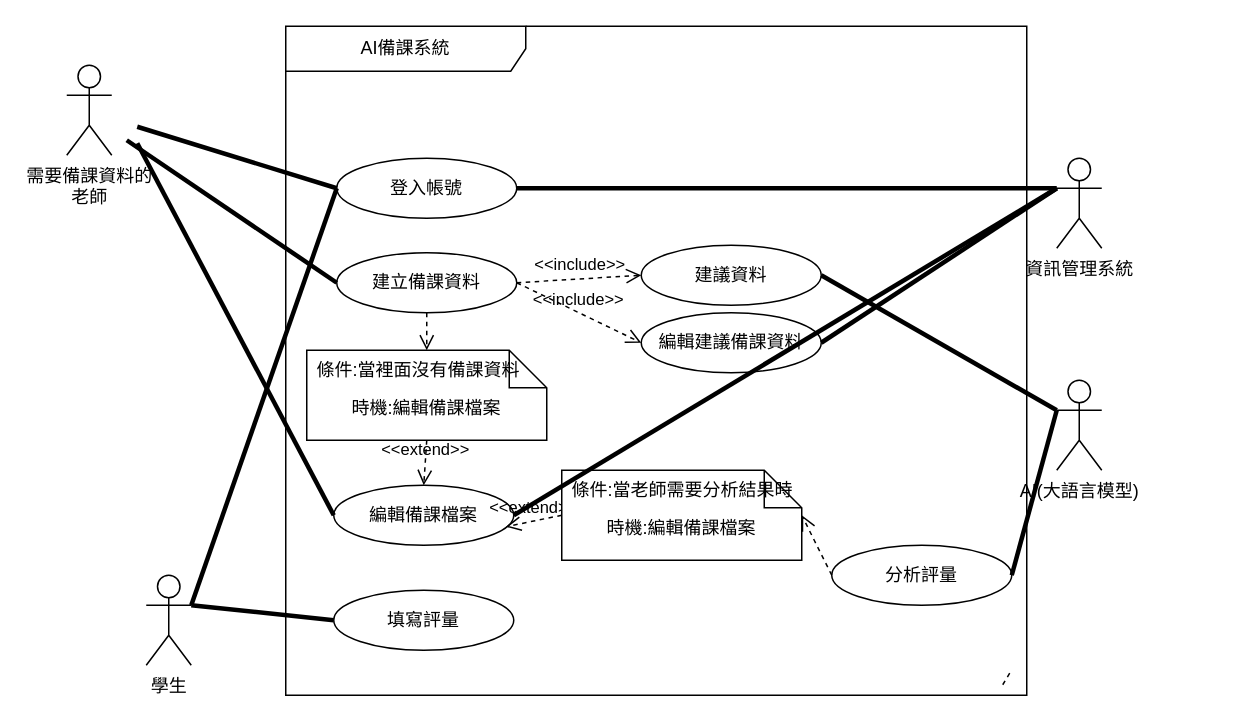
Above: 使用個案圖-簡.drawio in Kevincheng0804/System-analysis (draw.io), before the change. Source tidied: cells renumbered, new cells numbered last; positions are measured from the earlier drawing's top-left corner, leaving out a move shared by most shapes. Both pictures are drawn from the tidied source at 150%, with x=0, y=0 at pixel (66, 26).
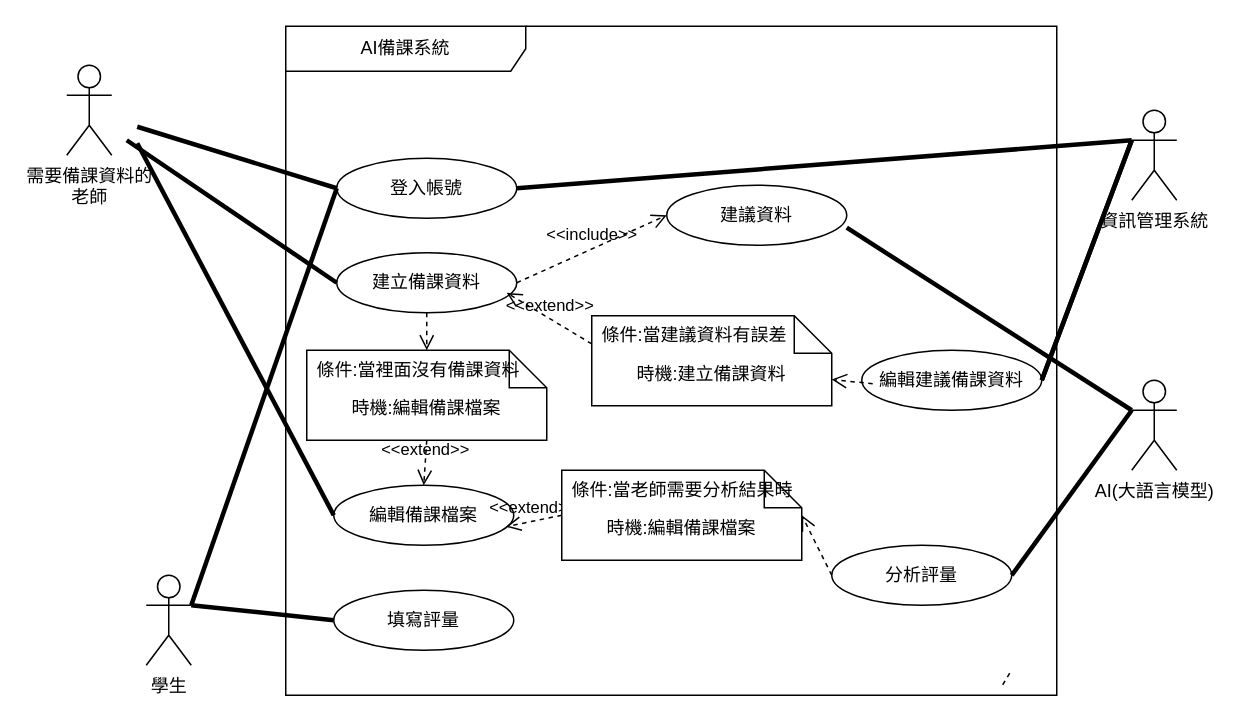
The same diagram, later.

Commit message:
更新使用個案圖-簡.drawio

Unchanged cells that the change refers to:
```xml
<mxCell id="5" value="建立備課資料" style="ellipse;html=1;whiteSpace=wrap;" parent="3" vertex="1">
  <mxGeometry x="34" y="151" width="120" height="40" as="geometry" />
</mxCell>
<mxCell id="10" value="編輯備課檔案" style="ellipse;html=1;whiteSpace=wrap;" parent="3" vertex="1">
  <mxGeometry x="32" y="306" width="120" height="40" as="geometry" />
</mxCell>
```

Diff of the diagram source:
```diff
@@
     <mxCell id="3" value="AI備課系統" style="shape=umlFrame;whiteSpace=wrap;html=1;width=160;" parent="1" vertex="1">
-      <mxGeometry x="146" width="494" height="446" as="geometry" />
+      <mxGeometry x="146" width="514" height="446" as="geometry" />
     </mxCell>
@@
-    <mxCell id="7" value="編輯建議備課資料" style="ellipse;html=1;whiteSpace=wrap;" parent="3" vertex="1">
-      <mxGeometry x="237" y="191" width="120" height="40" as="geometry" />
-    </mxCell>
-    <mxCell id="8" value="&amp;lt;&amp;lt;include&amp;gt;&amp;gt;" style="endArrow=open;startArrow=none;endFill=0;startFill=0;endSize=8;html=1;verticalAlign=bottom;dashed=1;labelBackgroundColor=none;rounded=0;exitX=1;exitY=0.5;exitDx=0;exitDy=0;entryX=0;entryY=0.5;entryDx=0;entryDy=0;" parent="3" edge="1" source="5" target="7">
-      <mxGeometry relative="1" as="geometry" />
-    </mxCell>
@@
     <mxCell id="15" value="建議資料" style="ellipse;html=1;whiteSpace=wrap;" parent="3" vertex="1">
-      <mxGeometry x="237" y="146" width="120" height="40" as="geometry" />
+      <mxGeometry x="254" y="106" width="120" height="40" as="geometry" />
     </mxCell>
@@
+    <mxCell id="7" value="編輯建議備課資料" style="ellipse;html=1;whiteSpace=wrap;" parent="3" vertex="1">
+      <mxGeometry x="384" y="216" width="120" height="40" as="geometry" />
+    </mxCell>
@@
     <mxCell id="28" value="AI(大語言模型)" style="shape=umlActor;verticalLabelPosition=bottom;verticalAlign=top;html=1;" parent="1" vertex="1">
-      <mxGeometry x="660" y="236" width="30" height="60" as="geometry" />
+      <mxGeometry x="710" y="236" width="30" height="60" as="geometry" />
     </mxCell>
@@
     <mxCell id="30" value="資訊管理系統" style="shape=umlActor;verticalLabelPosition=bottom;verticalAlign=top;html=1;" parent="1" vertex="1">
-      <mxGeometry x="660" y="88" width="30" height="60" as="geometry" />
+      <mxGeometry x="710" y="56" width="30" height="60" as="geometry" />
     </mxCell>
@@
-    <mxCell id="33" style="endArrow=none;startArrow=none;endFill=0;startFill=0;endSize=8;html=1;verticalAlign=bottom;labelBackgroundColor=none;strokeWidth=3;rounded=0;entryX=0;entryY=0.3333333333333333;entryDx=0;entryDy=0;entryPerimeter=0;exitX=1;exitY=0.5;exitDx=0;exitDy=0;" parent="1" edge="1" source="10" target="30">
+    <mxCell id="33" style="endArrow=none;startArrow=none;endFill=0;startFill=0;endSize=8;html=1;verticalAlign=bottom;labelBackgroundColor=none;strokeWidth=3;rounded=0;entryX=0;entryY=0.3333333333333333;entryDx=0;entryDy=0;entryPerimeter=0;exitX=1;exitY=0.5;exitDx=0;exitDy=0;" parent="1" edge="1" source="7" target="30">
       <mxGeometry relative="1" as="geometry" />
     </mxCell>
+    <mxCell id="35" style="endArrow=open;startArrow=none;endFill=0;startFill=0;endSize=8;html=1;verticalAlign=bottom;dashed=1;labelBackgroundColor=none;rounded=0;exitX=0.061;exitY=0.558;exitDx=0;exitDy=0;entryX=0;entryY=0;entryDx=160;entryDy=42.5;exitPerimeter=0;entryPerimeter=0;" parent="1" edge="1" source="7" target="36">
+      <mxGeometry relative="1" as="geometry" />
+    </mxCell>
+    <mxCell id="36" value="時機:建立備課資料" style="shape=note2;boundedLbl=1;whiteSpace=wrap;html=1;size=25;verticalAlign=top;align=center;" parent="1" vertex="1">
+      <mxGeometry x="350" y="193" width="160" height="60" as="geometry" />
+    </mxCell>
+    <mxCell id="37" value="條件:當建議資料有誤差" style="strokeColor=none;fillColor=none;align=left;spacingLeft=5;" parent="36" vertex="1">
+      <mxGeometry width="160" height="25" relative="1" as="geometry" />
+    </mxCell>
+    <mxCell id="38" value="&amp;lt;&amp;lt;extend&amp;gt;&amp;gt;" style="endArrow=open;startArrow=none;endFill=0;startFill=0;endSize=8;html=1;verticalAlign=bottom;dashed=1;labelBackgroundColor=none;rounded=0;exitX=0;exitY=0.75;exitDx=0;exitDy=0;entryX=0.944;entryY=0.667;entryDx=0;entryDy=0;entryPerimeter=0;" parent="1" edge="1" source="37" target="5">
+      <mxGeometry relative="1" as="geometry" />
+    </mxCell>
-    <mxCell id="34" style="endArrow=none;startArrow=none;endFill=0;startFill=0;endSize=8;html=1;verticalAlign=bottom;labelBackgroundColor=none;strokeWidth=3;rounded=0;entryX=0;entryY=0.3333333333333333;entryDx=0;entryDy=0;entryPerimeter=0;exitX=1;exitY=0.5;exitDx=0;exitDy=0;" parent="1" edge="1" source="15" target="28">
+    <mxCell id="34" style="endArrow=none;startArrow=none;endFill=0;startFill=0;endSize=8;html=1;verticalAlign=bottom;labelBackgroundColor=none;strokeWidth=3;rounded=0;entryX=0;entryY=0.3333333333333333;entryDx=0;entryDy=0;entryPerimeter=0;exitX=1;exitY=0.708;exitDx=0;exitDy=0;exitPerimeter=0;" parent="1" edge="1" source="15" target="28">
       <mxGeometry relative="1" as="geometry" />
     </mxCell>
```
